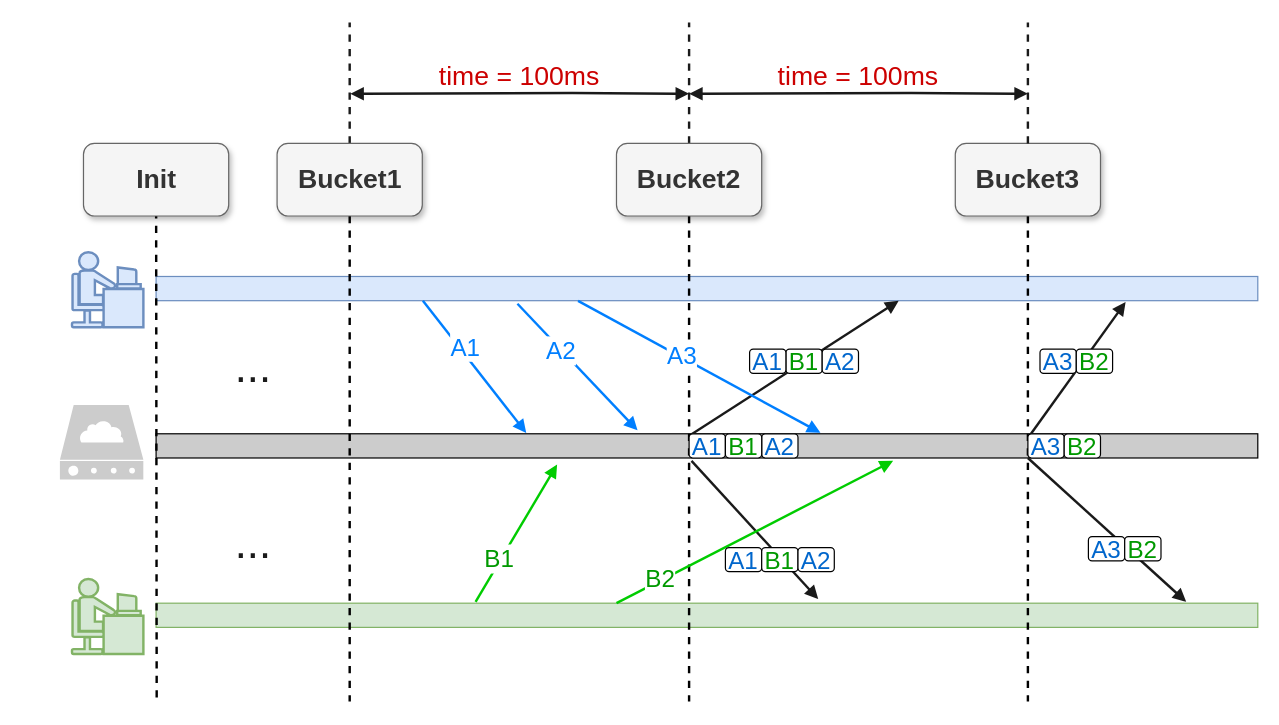
Before: page "Bucket LockStep 2.0" (14 of 46) of booming/Booming ypwangv7.0 ypw new 104ppt-17.drawio in yrdimple/flowChart, a draw.io diagram. Source tidied: cells renumbered, new cells numbered last; positions are measured from the earlier drawing's top-left corner, leaving out a move shared by most shapes. Both pictures are drawn from the tidied source at 121%, with x=0, y=0 at pixel (59, 22).
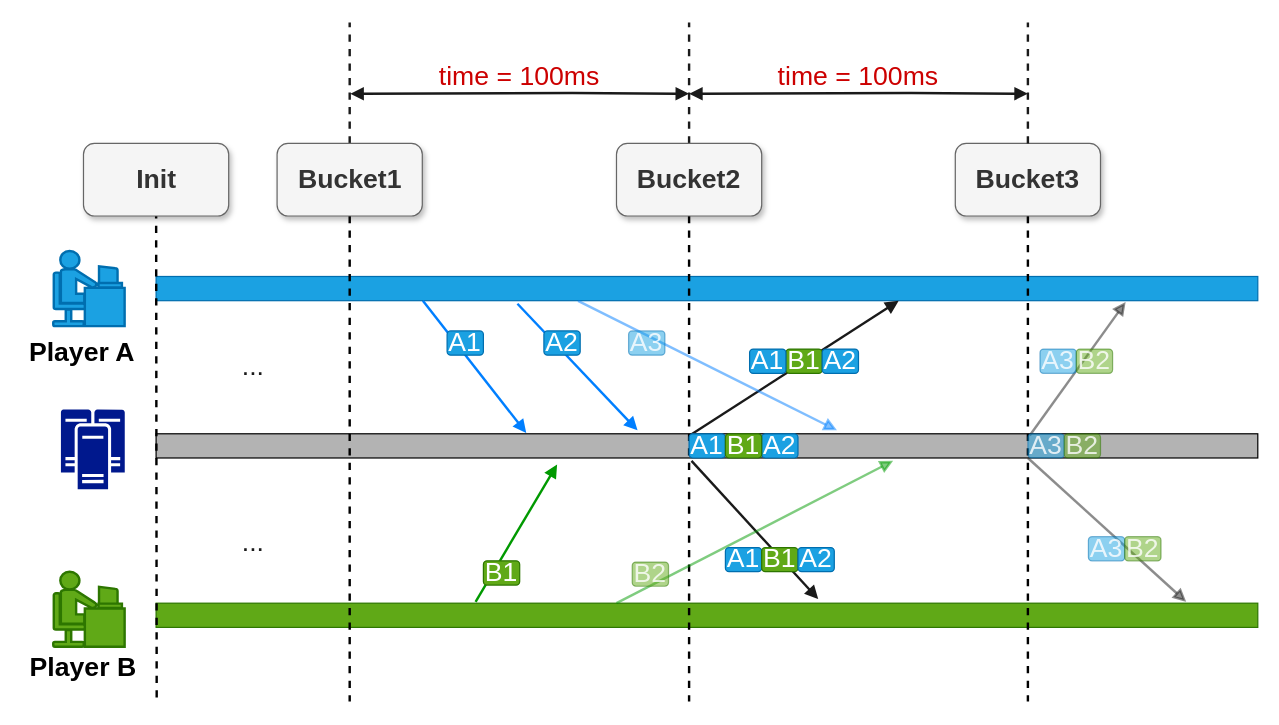
The same diagram, later.

The change refers to these unchanged cells:
```xml
<mxCell id="8" value="Bucket1" style="rounded=1;whiteSpace=wrap;html=1;fontSize=22;fillColor=#f5f5f5;strokeColor=#666666;fontColor=#333333;shadow=1;fontStyle=1;" parent="1" vertex="1">
  <mxGeometry x="179.5" y="100" width="120" height="60" as="geometry" />
</mxCell>
```

The edit, as a diff of the source:
```diff
@@
-    <mxCell id="2" style="rounded=0;whiteSpace=wrap;html=1;fillColor=#CCCCCC;" parent="1" vertex="1">
+    <mxCell id="2" style="rounded=0;whiteSpace=wrap;html=1;fillColor=#B3B3B3;fontSize=22;" parent="1" vertex="1">
       <mxGeometry x="79.5" y="340" width="910.5" height="20" as="geometry" />
     </mxCell>
-    <mxCell id="3" style="rounded=0;whiteSpace=wrap;html=1;fillColor=#d5e8d4;strokeColor=#82b366;" parent="1" vertex="1">
+    <mxCell id="3" style="rounded=0;whiteSpace=wrap;html=1;fillColor=#60a917;strokeColor=#2D7600;fontColor=#ffffff;fontSize=22;" parent="1" vertex="1">
       <mxGeometry x="79.5" y="480" width="910.5" height="20" as="geometry" />
     </mxCell>
-    <mxCell id="4" style="rounded=0;whiteSpace=wrap;html=1;fillColor=#dae8fc;strokeColor=#6c8ebf;" parent="1" vertex="1">
+    <mxCell id="4" style="rounded=0;whiteSpace=wrap;html=1;fillColor=#1ba1e2;strokeColor=#006EAF;fontColor=#ffffff;fontSize=22;" parent="1" vertex="1">
       <mxGeometry x="79.5" y="210" width="910.5" height="20" as="geometry" />
     </mxCell>
-    <mxCell id="5" style="edgeStyle=none;rounded=0;orthogonalLoop=1;jettySize=auto;html=1;dashed=1;endArrow=none;endFill=0;strokeWidth=2;" parent="1" edge="1">
+    <mxCell id="5" style="edgeStyle=none;rounded=0;orthogonalLoop=1;jettySize=auto;html=1;dashed=1;endArrow=none;endFill=0;strokeWidth=2;fontSize=22;" parent="1" edge="1">
       <mxGeometry relative="1" as="geometry">
         <mxPoint x="79.5" y="120" as="sourcePoint" />
         <mxPoint x="80" y="560" as="targetPoint" />
       </mxGeometry>
     </mxCell>
-    <mxCell id="6" style="edgeStyle=orthogonalEdgeStyle;rounded=0;jettySize=auto;html=1;dashed=1;endArrow=none;endFill=0;strokeWidth=2;" parent="1" edge="1" source="8">
+    <mxCell id="6" style="edgeStyle=orthogonalEdgeStyle;rounded=0;jettySize=auto;html=1;dashed=1;endArrow=none;endFill=0;strokeWidth=2;fontSize=22;" parent="1" edge="1" source="8">
       <mxGeometry relative="1" as="geometry">
         <mxPoint x="239.5" y="561.3" as="targetPoint" />
       </mxGeometry>
     </mxCell>
@@
-    <mxCell id="10" style="edgeStyle=orthogonalEdgeStyle;rounded=0;orthogonalLoop=1;jettySize=auto;html=1;dashed=1;endArrow=none;endFill=0;strokeWidth=2;" parent="1" edge="1">
+    <mxCell id="10" style="edgeStyle=orthogonalEdgeStyle;rounded=0;orthogonalLoop=1;jettySize=auto;html=1;dashed=1;endArrow=none;endFill=0;strokeWidth=2;fontSize=22;" parent="1" edge="1">
       <mxGeometry relative="1" as="geometry">
         <mxPoint x="520" y="160" as="sourcePoint" />
         <mxPoint x="520" y="561.3" as="targetPoint" />
       </mxGeometry>
     </mxCell>
-    <mxCell id="11" style="endArrow=block;html=1;rounded=0;strokeWidth=2;fillColor=#dae8fc;gradientColor=#7ea6e0;strokeColor=#007FFF;entryX=0.336;entryY=-0.031;entryDx=0;entryDy=0;endFill=1;fontSize=20;entryPerimeter=0;" parent="1" edge="1" target="2">
+    <mxCell id="11" style="endArrow=block;html=1;rounded=0;strokeWidth=2;fillColor=#1ba1e2;strokeColor=#007FFF;entryX=0.336;entryY=-0.031;entryDx=0;entryDy=0;endFill=1;fontSize=22;entryPerimeter=0;" parent="1" edge="1" target="2">
       <mxGeometry relative="1" as="geometry">
         <mxPoint x="300" y="230" as="sourcePoint" />
       </mxGeometry>
     </mxCell>
-    <mxCell id="12" value="A1" style="edgeLabel;html=1;align=center;verticalAlign=middle;fontSize=20;fontColor=#007FFF;" parent="11" vertex="1">
-      <mxGeometry x="-0.27" y="5" relative="1" as="geometry">
-        <mxPoint x="-1" as="offset" />
-      </mxGeometry>
-    </mxCell>
-    <mxCell id="13" style="endArrow=block;html=1;rounded=0;strokeWidth=2;fillColor=#ffff88;strokeColor=#00CC00;fontColor=#009900;endFill=1;fontSize=20;exitX=0.29;exitY=-0.056;exitDx=0;exitDy=0;exitPerimeter=0;entryX=0.364;entryY=1.267;entryDx=0;entryDy=0;entryPerimeter=0;" parent="1" edge="1" source="3" target="2">
+    <mxCell id="13" style="endArrow=block;html=1;rounded=0;strokeWidth=2;fillColor=#ffff88;strokeColor=#009900;fontColor=#009900;endFill=1;fontSize=22;exitX=0.29;exitY=-0.056;exitDx=0;exitDy=0;exitPerimeter=0;entryX=0.364;entryY=1.267;entryDx=0;entryDy=0;entryPerimeter=0;" parent="1" edge="1" source="3" target="2">
       <mxGeometry relative="1" as="geometry" />
     </mxCell>
-    <mxCell id="14" value="B1" style="edgeLabel;html=1;align=center;verticalAlign=middle;fontSize=20;fontColor=#009900;" parent="13" vertex="1">
-      <mxGeometry x="-0.38" y="2" relative="1" as="geometry" />
-    </mxCell>
-    <mxCell id="15" style="endArrow=block;html=1;rounded=0;strokeWidth=2;entryX=0.674;entryY=1.007;entryDx=0;entryDy=0;fillColor=#dae8fc;gradientColor=#7ea6e0;strokeColor=#1A1A1A;entryPerimeter=0;endFill=1;exitX=0.485;exitY=0.05;exitDx=0;exitDy=0;fontSize=20;exitPerimeter=0;" parent="1" edge="1" source="2" target="4">
+    <mxCell id="15" style="endArrow=block;html=1;rounded=0;strokeWidth=2;entryX=0.674;entryY=1.007;entryDx=0;entryDy=0;fillColor=#dae8fc;gradientColor=#7ea6e0;strokeColor=#1A1A1A;entryPerimeter=0;endFill=1;exitX=0.485;exitY=0.05;exitDx=0;exitDy=0;fontSize=22;exitPerimeter=0;" parent="1" edge="1" source="2" target="4">
       <mxGeometry relative="1" as="geometry" />
     </mxCell>
-    <mxCell id="16" style="endArrow=block;html=1;rounded=0;strokeWidth=2;fillColor=#dae8fc;gradientColor=#7ea6e0;strokeColor=#1A1A1A;endFill=1;exitX=0.486;exitY=1.118;exitDx=0;exitDy=0;exitPerimeter=0;entryX=0.601;entryY=-0.168;entryDx=0;entryDy=0;entryPerimeter=0;fontSize=20;" parent="1" edge="1" source="2" target="3">
+    <mxCell id="16" style="endArrow=block;html=1;rounded=0;strokeWidth=2;fillColor=#dae8fc;gradientColor=#7ea6e0;strokeColor=#1A1A1A;endFill=1;exitX=0.486;exitY=1.118;exitDx=0;exitDy=0;exitPerimeter=0;entryX=0.601;entryY=-0.168;entryDx=0;entryDy=0;entryPerimeter=0;fontSize=22;" parent="1" edge="1" source="2" target="3">
       <mxGeometry relative="1" as="geometry" />
     </mxCell>
@@
-    <mxCell id="22" style="endArrow=block;html=1;rounded=0;strokeWidth=2;fillColor=#dae8fc;gradientColor=#7ea6e0;strokeColor=#007FFF;entryX=0.437;entryY=-0.143;entryDx=0;entryDy=0;exitX=0.328;exitY=1.125;exitDx=0;exitDy=0;exitPerimeter=0;endFill=1;fontSize=20;entryPerimeter=0;" parent="1" edge="1" source="4" target="2">
+    <mxCell id="22" style="endArrow=block;html=1;rounded=0;strokeWidth=2;fillColor=#1ba1e2;strokeColor=#007FFF;entryX=0.437;entryY=-0.143;entryDx=0;entryDy=0;exitX=0.328;exitY=1.125;exitDx=0;exitDy=0;exitPerimeter=0;endFill=1;fontSize=22;entryPerimeter=0;" parent="1" edge="1" source="4" target="2">
       <mxGeometry relative="1" as="geometry" />
     </mxCell>
-    <mxCell id="23" value="A2" style="edgeLabel;html=1;align=center;verticalAlign=middle;fontSize=20;fontColor=#007FFF;" parent="22" vertex="1">
-      <mxGeometry x="-0.29" relative="1" as="geometry">
-        <mxPoint y="1" as="offset" />
-      </mxGeometry>
-    </mxCell>
-    <mxCell id="24" style="endArrow=block;html=1;rounded=0;strokeWidth=2;fillColor=#dae8fc;gradientColor=#7ea6e0;strokeColor=#007FFF;entryX=0.603;entryY=-0.04;entryDx=0;entryDy=0;entryPerimeter=0;exitX=0.383;exitY=1.007;exitDx=0;exitDy=0;exitPerimeter=0;endFill=1;fontSize=20;" parent="1" edge="1" source="4" target="2">
+    <mxCell id="24" style="endArrow=block;html=1;rounded=0;strokeWidth=2;fillColor=#1ba1e2;strokeColor=#007FFF;entryX=0.618;entryY=-0.145;entryDx=0;entryDy=0;entryPerimeter=0;exitX=0.383;exitY=1.007;exitDx=0;exitDy=0;exitPerimeter=0;endFill=1;fontSize=22;opacity=50;textOpacity=80;" parent="1" edge="1" source="4" target="2">
       <mxGeometry relative="1" as="geometry" />
     </mxCell>
-    <mxCell id="25" value="A3" style="edgeLabel;html=1;align=center;verticalAlign=middle;fontSize=20;fontColor=#007FFF;" parent="24" vertex="1">
-      <mxGeometry x="-0.17" y="1" relative="1" as="geometry">
-        <mxPoint x="1" as="offset" />
-      </mxGeometry>
-    </mxCell>
-    <mxCell id="26" style="endArrow=block;html=1;rounded=0;strokeWidth=2;fillColor=#ffff88;strokeColor=#00CC00;fontColor=#009900;endFill=1;entryX=0.669;entryY=1.118;entryDx=0;entryDy=0;entryPerimeter=0;fontSize=20;" parent="1" edge="1" target="2">
+    <mxCell id="26" style="endArrow=block;html=1;rounded=0;strokeWidth=2;fillColor=#60a917;strokeColor=#009900;fontColor=#009900;endFill=1;entryX=0.669;entryY=1.118;entryDx=0;entryDy=0;entryPerimeter=0;fontSize=22;opacity=50;textOpacity=80;" parent="1" edge="1" target="2">
       <mxGeometry relative="1" as="geometry">
         <mxPoint x="460" y="480" as="sourcePoint" />
       </mxGeometry>
     </mxCell>
-    <mxCell id="27" value="&lt;font style=&quot;font-size: 20px;&quot;&gt;B2&lt;/font&gt;" style="edgeLabel;html=1;align=center;verticalAlign=middle;fontSize=27;fontColor=#009900;" parent="26" vertex="1">
-      <mxGeometry x="-0.67" y="3" relative="1" as="geometry">
-        <mxPoint y="-1" as="offset" />
-      </mxGeometry>
-    </mxCell>
-    <mxCell id="28" style="endArrow=block;html=1;rounded=0;strokeWidth=2;entryX=0.88;entryY=1.055;entryDx=0;entryDy=0;fillColor=#dae8fc;gradientColor=#7ea6e0;strokeColor=#1A1A1A;entryPerimeter=0;endFill=1;exitX=0.793;exitY=0.072;exitDx=0;exitDy=0;exitPerimeter=0;fontSize=20;" parent="1" edge="1" source="2" target="4">
+    <mxCell id="28" style="endArrow=block;html=1;rounded=0;strokeWidth=2;entryX=0.88;entryY=1.055;entryDx=0;entryDy=0;fillColor=#dae8fc;gradientColor=#7ea6e0;strokeColor=#1A1A1A;entryPerimeter=0;endFill=1;exitX=0.793;exitY=0.072;exitDx=0;exitDy=0;exitPerimeter=0;fontSize=22;opacity=50;textOpacity=80;" parent="1" edge="1" source="2" target="4">
       <mxGeometry relative="1" as="geometry" />
     </mxCell>
-    <mxCell id="29" style="endArrow=block;html=1;rounded=0;strokeWidth=2;entryX=0.935;entryY=-0.056;entryDx=0;entryDy=0;entryPerimeter=0;fillColor=#dae8fc;gradientColor=#7ea6e0;strokeColor=#1A1A1A;endFill=1;" parent="1" edge="1" target="3">
+    <mxCell id="29" style="endArrow=block;html=1;rounded=0;strokeWidth=2;entryX=0.935;entryY=-0.056;entryDx=0;entryDy=0;entryPerimeter=0;fillColor=#dae8fc;gradientColor=#7ea6e0;strokeColor=#1A1A1A;endFill=1;opacity=50;textOpacity=80;fontSize=22;" parent="1" edge="1" target="3">
       <mxGeometry relative="1" as="geometry">
         <mxPoint x="800" y="360" as="sourcePoint" />
       </mxGeometry>
     </mxCell>
-    <mxCell id="30" value="..." style="text;html=1;strokeColor=none;fillColor=none;align=center;verticalAlign=middle;whiteSpace=wrap;rounded=0;fontSize=36;fontColor=#1A1A1A;strokeWidth=11;" parent="1" vertex="1">
+    <mxCell id="30" value="..." style="text;html=1;strokeColor=none;fillColor=none;align=center;verticalAlign=middle;whiteSpace=wrap;rounded=0;fontSize=22;fontColor=#1A1A1A;strokeWidth=11;" parent="1" vertex="1">
       <mxGeometry x="129.5" y="270" width="60" height="30" as="geometry" />
     </mxCell>
-    <mxCell id="31" value="..." style="text;html=1;strokeColor=none;fillColor=none;align=center;verticalAlign=middle;whiteSpace=wrap;rounded=0;fontSize=36;fontColor=#1A1A1A;strokeWidth=11;" parent="1" vertex="1">
+    <mxCell id="31" value="..." style="text;html=1;strokeColor=none;fillColor=none;align=center;verticalAlign=middle;whiteSpace=wrap;rounded=0;fontSize=22;fontColor=#1A1A1A;strokeWidth=11;" parent="1" vertex="1">
       <mxGeometry x="129.5" y="415" width="60" height="30" as="geometry" />
     </mxCell>
-    <mxCell id="32" style="edgeStyle=none;rounded=0;jettySize=auto;html=1;exitX=0.5;exitY=1;exitDx=0;exitDy=0;fontSize=20;fontColor=#007FFF;startArrow=block;startFill=1;endArrow=block;endFill=1;strokeColor=#1A1A1A;strokeWidth=2;" parent="1" edge="1" source="33" target="2">
+    <mxCell id="32" style="edgeStyle=none;rounded=0;jettySize=auto;html=1;exitX=0.5;exitY=1;exitDx=0;exitDy=0;fontSize=22;fontColor=#007FFF;startArrow=block;startFill=1;endArrow=block;endFill=1;strokeColor=#1A1A1A;strokeWidth=2;" parent="1" edge="1" source="33" target="2">
       <mxGeometry relative="1" as="geometry" />
     </mxCell>
-    <mxCell id="33" value="A1" style="rounded=1;whiteSpace=wrap;html=1;fontSize=20;fontColor=#0066CC;strokeWidth=1;fillColor=default;gradientColor=none;" parent="1" vertex="1">
+    <mxCell id="33" value="A1" style="rounded=1;whiteSpace=wrap;html=1;fontSize=22;fontColor=#ffffff;strokeWidth=1;fillColor=#1ba1e2;strokeColor=#006EAF;" parent="1" vertex="1">
       <mxGeometry x="520" y="340" width="30" height="20" as="geometry" />
     </mxCell>
-    <mxCell id="34" value="A2" style="rounded=1;whiteSpace=wrap;html=1;fontSize=20;fontColor=#0066CC;strokeWidth=1;fillColor=default;" parent="1" vertex="1">
+    <mxCell id="34" value="A2" style="rounded=1;whiteSpace=wrap;html=1;fontSize=22;fontColor=#ffffff;strokeWidth=1;fillColor=#1ba1e2;strokeColor=#006EAF;" parent="1" vertex="1">
       <mxGeometry x="580" y="340" width="30" height="20" as="geometry" />
     </mxCell>
-    <mxCell id="35" value="B1" style="rounded=1;whiteSpace=wrap;html=1;fontSize=20;fontColor=#009900;strokeWidth=1;fillColor=default;" parent="1" vertex="1">
+    <mxCell id="35" value="B1" style="rounded=1;whiteSpace=wrap;html=1;fontSize=22;fontColor=#ffffff;strokeWidth=1;fillColor=#60a917;strokeColor=#2D7600;" parent="1" vertex="1">
       <mxGeometry x="550" y="340" width="30" height="20" as="geometry" />
     </mxCell>
-    <mxCell id="36" style="edgeStyle=orthogonalEdgeStyle;rounded=0;orthogonalLoop=1;jettySize=auto;html=1;dashed=1;endArrow=none;endFill=0;strokeWidth=2;" parent="1" edge="1">
+    <mxCell id="36" style="edgeStyle=orthogonalEdgeStyle;rounded=0;orthogonalLoop=1;jettySize=auto;html=1;dashed=1;endArrow=none;endFill=0;strokeWidth=2;fontSize=22;" parent="1" edge="1">
       <mxGeometry relative="1" as="geometry">
         <mxPoint x="800" y="160" as="sourcePoint" />
         <mxPoint x="800" y="561.3" as="targetPoint" />
       </mxGeometry>
     </mxCell>
@@
-    <mxCell id="40" style="sketch=0;html=1;strokeColor=none;shadow=0;align=center;verticalAlign=top;fillColor=#CCCCCC;shape=mxgraph.gcp2.cloud_server;fontSize=15;" parent="1" vertex="1">
-      <mxGeometry y="316.3" width="69" height="61.4" as="geometry" />
-    </mxCell>
-    <mxCell id="41" style="shape=mxgraph.cisco.people.androgenous_person;html=1;dashed=0;fillColor=#dae8fc;strokeColor=#6c8ebf;strokeWidth=2;verticalLabelPosition=bottom;verticalAlign=top;align=center;fontSize=15;" parent="1" vertex="1">
-      <mxGeometry x="10" y="190" width="59" height="62" as="geometry" />
+    <mxCell id="41" style="shape=mxgraph.cisco.people.androgenous_person;html=1;dashed=0;fillColor=#1ba1e2;strokeColor=#006EAF;strokeWidth=2;verticalLabelPosition=bottom;verticalAlign=top;align=center;fontSize=22;fontColor=#ffffff;" parent="1" vertex="1">
+      <mxGeometry x="-5.5" y="189" width="59" height="62" as="geometry" />
     </mxCell>
-    <mxCell id="42" style="shape=mxgraph.cisco.people.androgenous_person;html=1;dashed=0;fillColor=#d5e8d4;strokeColor=#82b366;strokeWidth=2;verticalLabelPosition=bottom;verticalAlign=top;align=center;fontSize=15;" parent="1" vertex="1">
-      <mxGeometry x="10" y="460" width="59" height="62" as="geometry" />
+    <mxCell id="42" style="shape=mxgraph.cisco.people.androgenous_person;html=1;dashed=0;fillColor=#60a917;strokeColor=#2D7600;strokeWidth=2;verticalLabelPosition=bottom;verticalAlign=top;align=center;fontSize=22;fontColor=#ffffff;" parent="1" vertex="1">
+      <mxGeometry x="-5.5" y="454" width="59" height="62" as="geometry" />
     </mxCell>
-    <mxCell id="43" value="A3" style="rounded=1;whiteSpace=wrap;html=1;fontSize=20;fontColor=#0066CC;strokeWidth=1;fillColor=default;" parent="1" vertex="1">
+    <mxCell id="43" value="A3" style="rounded=1;whiteSpace=wrap;html=1;fontSize=22;fontColor=#ffffff;strokeWidth=1;fillColor=#1ba1e2;strokeColor=#006EAF;opacity=50;textOpacity=80;" parent="1" vertex="1">
       <mxGeometry x="800" y="340" width="30" height="20" as="geometry" />
     </mxCell>
-    <mxCell id="44" value="B1" style="rounded=1;whiteSpace=wrap;html=1;fontSize=20;fontColor=#009900;strokeWidth=1;fillColor=default;" parent="1" vertex="1">
+    <mxCell id="44" value="B1" style="rounded=1;whiteSpace=wrap;html=1;fontSize=22;fontColor=#ffffff;strokeWidth=1;fillColor=#60a917;strokeColor=#2D7600;" parent="1" vertex="1">
       <mxGeometry x="600" y="270" width="30" height="20" as="geometry" />
     </mxCell>
-    <mxCell id="45" value="A1" style="rounded=1;whiteSpace=wrap;html=1;fontSize=20;fontColor=#0066CC;strokeWidth=1;fillColor=default;gradientColor=none;" parent="1" vertex="1">
+    <mxCell id="45" value="A1" style="rounded=1;whiteSpace=wrap;html=1;fontSize=22;fontColor=#ffffff;strokeWidth=1;fillColor=#1ba1e2;strokeColor=#006EAF;" parent="1" vertex="1">
       <mxGeometry x="570" y="270" width="30" height="20" as="geometry" />
     </mxCell>
-    <mxCell id="46" value="A2" style="rounded=1;whiteSpace=wrap;html=1;fontSize=20;fontColor=#0066CC;strokeWidth=1;fillColor=default;" parent="1" vertex="1">
+    <mxCell id="46" value="A2" style="rounded=1;whiteSpace=wrap;html=1;fontSize=22;fontColor=#ffffff;strokeWidth=1;fillColor=#1ba1e2;strokeColor=#006EAF;" parent="1" vertex="1">
       <mxGeometry x="630" y="270" width="30" height="20" as="geometry" />
     </mxCell>
-    <mxCell id="47" value="A1" style="rounded=1;whiteSpace=wrap;html=1;fontSize=20;fontColor=#0066CC;strokeWidth=1;fillColor=default;gradientColor=none;" parent="1" vertex="1">
+    <mxCell id="47" value="A1" style="rounded=1;whiteSpace=wrap;html=1;fontSize=22;fontColor=#ffffff;strokeWidth=1;fillColor=#1ba1e2;strokeColor=#006EAF;" parent="1" vertex="1">
       <mxGeometry x="550" y="434" width="30" height="20" as="geometry" />
     </mxCell>
-    <mxCell id="48" value="B1" style="rounded=1;whiteSpace=wrap;html=1;fontSize=20;fontColor=#009900;strokeWidth=1;fillColor=default;" parent="1" vertex="1">
+    <mxCell id="48" value="B1" style="rounded=1;whiteSpace=wrap;html=1;fontSize=22;fontColor=#ffffff;strokeWidth=1;fillColor=#60a917;strokeColor=#2D7600;" parent="1" vertex="1">
       <mxGeometry x="580" y="434" width="30" height="20" as="geometry" />
     </mxCell>
-    <mxCell id="49" value="A2" style="rounded=1;whiteSpace=wrap;html=1;fontSize=20;fontColor=#0066CC;strokeWidth=1;fillColor=default;" parent="1" vertex="1">
+    <mxCell id="49" value="A2" style="rounded=1;whiteSpace=wrap;html=1;fontSize=22;fontColor=#ffffff;strokeWidth=1;fillColor=#1ba1e2;strokeColor=#006EAF;" parent="1" vertex="1">
       <mxGeometry x="610" y="434" width="30" height="20" as="geometry" />
     </mxCell>
-    <mxCell id="50" value="B2" style="rounded=1;whiteSpace=wrap;html=1;fontSize=20;fontColor=#009900;strokeWidth=1;fillColor=default;" parent="1" vertex="1">
+    <mxCell id="50" value="B2" style="rounded=1;whiteSpace=wrap;html=1;fontSize=22;fontColor=#ffffff;strokeWidth=1;fillColor=#60a917;strokeColor=#2D7600;opacity=50;textOpacity=80;" parent="1" vertex="1">
       <mxGeometry x="830" y="340" width="30" height="20" as="geometry" />
     </mxCell>
-    <mxCell id="51" value="A3" style="rounded=1;whiteSpace=wrap;html=1;fontSize=20;fontColor=#0066CC;strokeWidth=1;fillColor=default;" parent="1" vertex="1">
+    <mxCell id="51" value="A3" style="rounded=1;whiteSpace=wrap;html=1;fontSize=22;fontColor=#ffffff;strokeWidth=1;fillColor=#1ba1e2;strokeColor=#006EAF;opacity=50;textOpacity=80;" parent="1" vertex="1">
       <mxGeometry x="810" y="270" width="30" height="20" as="geometry" />
     </mxCell>
-    <mxCell id="52" value="B2" style="rounded=1;whiteSpace=wrap;html=1;fontSize=20;fontColor=#009900;strokeWidth=1;fillColor=default;" parent="1" vertex="1">
+    <mxCell id="52" value="B2" style="rounded=1;whiteSpace=wrap;html=1;fontSize=22;fontColor=#ffffff;strokeWidth=1;fillColor=#60a917;strokeColor=#2D7600;opacity=50;textOpacity=80;" parent="1" vertex="1">
       <mxGeometry x="840" y="270" width="30" height="20" as="geometry" />
     </mxCell>
-    <mxCell id="53" value="A3" style="rounded=1;whiteSpace=wrap;html=1;fontSize=20;fontColor=#0066CC;strokeWidth=1;fillColor=default;" parent="1" vertex="1">
+    <mxCell id="53" value="A3" style="rounded=1;whiteSpace=wrap;html=1;fontSize=22;fontColor=#ffffff;strokeWidth=1;fillColor=#1ba1e2;strokeColor=#006EAF;opacity=50;textOpacity=80;" parent="1" vertex="1">
       <mxGeometry x="850" y="425" width="30" height="20" as="geometry" />
     </mxCell>
-    <mxCell id="54" value="B2" style="rounded=1;whiteSpace=wrap;html=1;fontSize=20;fontColor=#009900;strokeWidth=1;fillColor=default;" parent="1" vertex="1">
+    <mxCell id="54" value="B2" style="rounded=1;whiteSpace=wrap;html=1;fontSize=22;fontColor=#ffffff;strokeWidth=1;fillColor=#60a917;strokeColor=#2D7600;opacity=50;textOpacity=80;" parent="1" vertex="1">
       <mxGeometry x="880" y="425" width="30" height="20" as="geometry" />
     </mxCell>
+    <mxCell id="55" style="sketch=0;shadow=0;dashed=0;html=1;strokeColor=none;labelPosition=center;verticalLabelPosition=bottom;verticalAlign=top;align=center;fillColor=#00188D;shape=mxgraph.mscae.enterprise.cluster_server;rounded=0;fontSize=22;fontStyle=1;strokeWidth=3;" parent="1" vertex="1">
+      <mxGeometry x="0.8" y="320" width="52.8" height="65.9" as="geometry" />
+    </mxCell>
+    <mxCell id="56" value="&lt;font style=&quot;font-size: 22px;&quot;&gt;&lt;b style=&quot;font-size: 22px;&quot;&gt;Player A&lt;/b&gt;&lt;/font&gt;" style="rounded=0;whiteSpace=wrap;html=1;fillColor=none;strokeColor=none;fontSize=22;" parent="1" vertex="1">
+      <mxGeometry x="-32" y="255" width="101" height="35" as="geometry" />
+    </mxCell>
+    <mxCell id="57" value="&lt;font style=&quot;font-size: 22px;&quot;&gt;&lt;b style=&quot;font-size: 22px;&quot;&gt;Player B&lt;/b&gt;&lt;/font&gt;" style="rounded=0;whiteSpace=wrap;html=1;fillColor=none;strokeColor=none;fontSize=22;" parent="1" vertex="1">
+      <mxGeometry x="-30" y="516" width="99" height="35" as="geometry" />
+    </mxCell>
+    <mxCell id="12" value="A1" style="rounded=1;whiteSpace=wrap;html=1;fontSize=22;fontColor=#ffffff;strokeWidth=1;fillColor=#1ba1e2;strokeColor=#006EAF;" parent="1" vertex="1">
+      <mxGeometry x="320" y="255" width="30" height="20" as="geometry" />
+    </mxCell>
+    <mxCell id="23" value="A2" style="rounded=1;whiteSpace=wrap;html=1;fontSize=22;fontColor=#ffffff;strokeWidth=1;fillColor=#1ba1e2;strokeColor=#006EAF;" parent="1" vertex="1">
+      <mxGeometry x="400" y="255" width="30" height="20" as="geometry" />
+    </mxCell>
+    <mxCell id="25" value="A3" style="rounded=1;whiteSpace=wrap;html=1;fontSize=22;fontColor=#ffffff;strokeWidth=1;fillColor=#1ba1e2;strokeColor=#006EAF;opacity=50;textOpacity=80;" parent="1" vertex="1">
+      <mxGeometry x="470" y="255" width="30" height="20" as="geometry" />
+    </mxCell>
+    <mxCell id="14" value="B1" style="rounded=1;whiteSpace=wrap;html=1;fontSize=22;fontColor=#ffffff;strokeWidth=1;fillColor=#60a917;strokeColor=#2D7600;" parent="1" vertex="1">
+      <mxGeometry x="350" y="445" width="30" height="20" as="geometry" />
+    </mxCell>
+    <mxCell id="27" value="B2" style="rounded=1;whiteSpace=wrap;html=1;fontSize=22;fontColor=#ffffff;strokeWidth=1;fillColor=#60a917;strokeColor=#2D7600;opacity=50;textOpacity=80;" parent="1" vertex="1">
+      <mxGeometry x="473" y="446" width="30" height="20" as="geometry" />
+    </mxCell>
```
